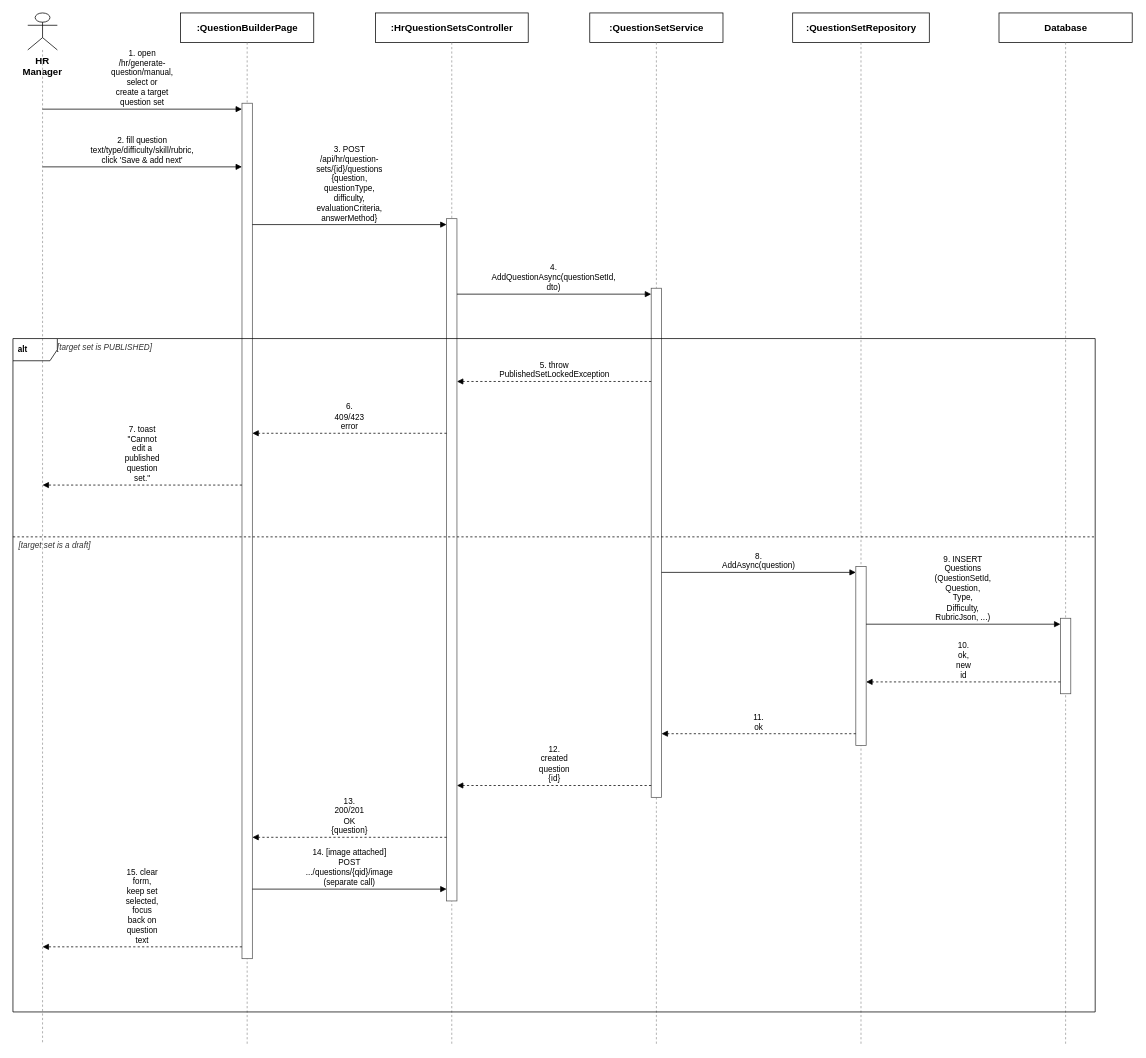
Above: docs/qa/Nam_SequenceDiagram/Report4_SequenceDiagram_QuestionSetManagement_ManualQuestionBuilder.drawio in tulklk/AI_Interview_Question_Generation_RAG_LLM_FE (draw.io), before the change. Source tidied: cells renumbered, new cells numbered last; positions are measured from the earlier drawing's top-left corner, leaving out a move shared by most shapes. Both pictures are drawn from the tidied source at 74%, with x=0, y=0 at pixel (13, 13).
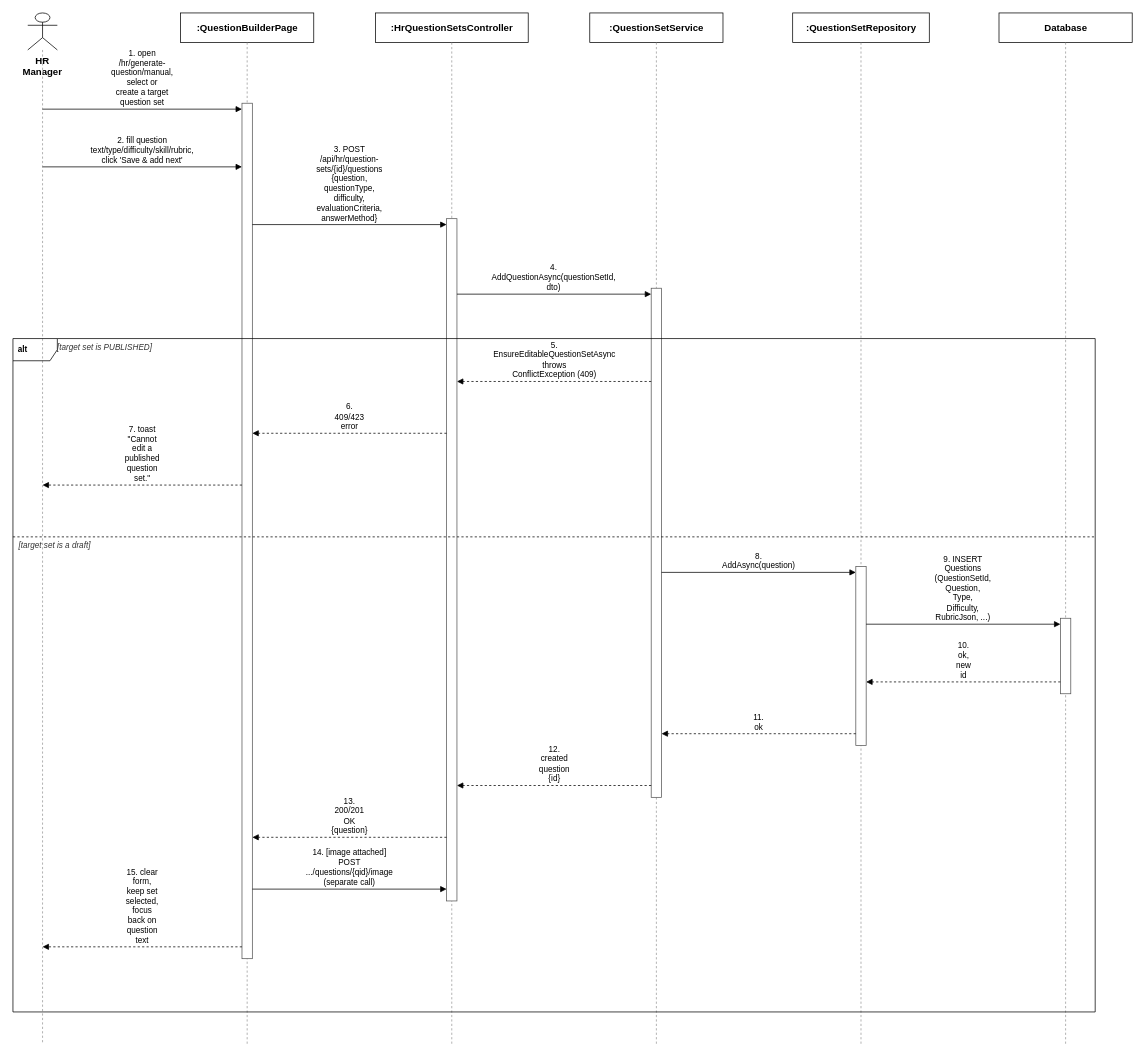
The same page after the edit.

What changed in the source:
```diff
@@
-    <mxCell id="23" value="5. throw PublishedSetLockedException" style="endArrow=block;endFill=1;html=1;whiteSpace=wrap;dashed=1;fontSize=11;align=center;verticalAlign=bottom;labelBackgroundColor=#ffffff;strokeColor=#000000;" parent="1" edge="1">
+    <mxCell id="23" value="5. EnsureEditableQuestionSetAsync throws&lt;br&gt;ConflictException (409)" style="endArrow=block;endFill=1;html=1;whiteSpace=wrap;dashed=1;fontSize=11;align=center;verticalAlign=bottom;labelBackgroundColor=#ffffff;strokeColor=#000000;" parent="1" edge="1">
       <mxGeometry relative="1" as="geometry">
         <mxPoint x="862.5" y="498" as="sourcePoint" />
         <mxPoint x="600" y="498" as="targetPoint" />
       </mxGeometry>
     </mxCell>
```
